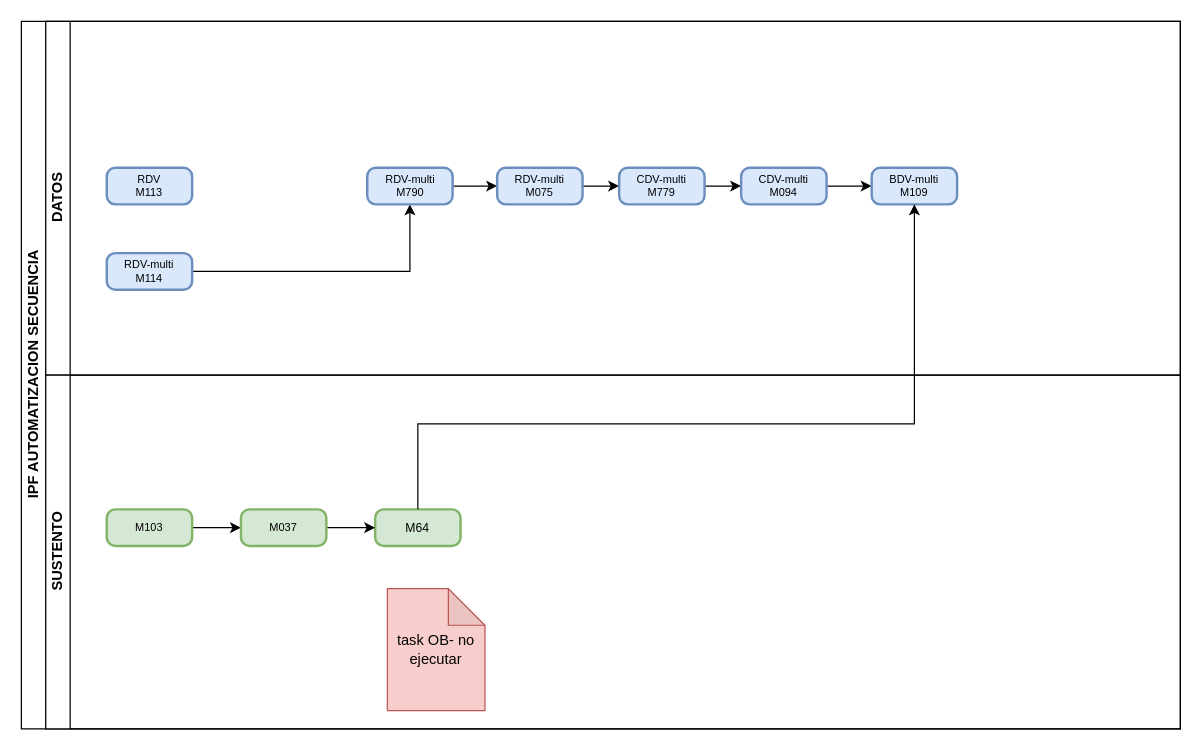
The draw.io diagram IPF-automatizacion-secuencia-ejecucion.drawio in carlsromec/procesos-diagramas, before the edit. Source tidied: cells renumbered, new cells numbered last; positions are measured from the earlier drawing's top-left corner, leaving out a move shared by most shapes. Both pictures are drawn from the tidied source at 122%, with x=0, y=0 at pixel (21, 21).
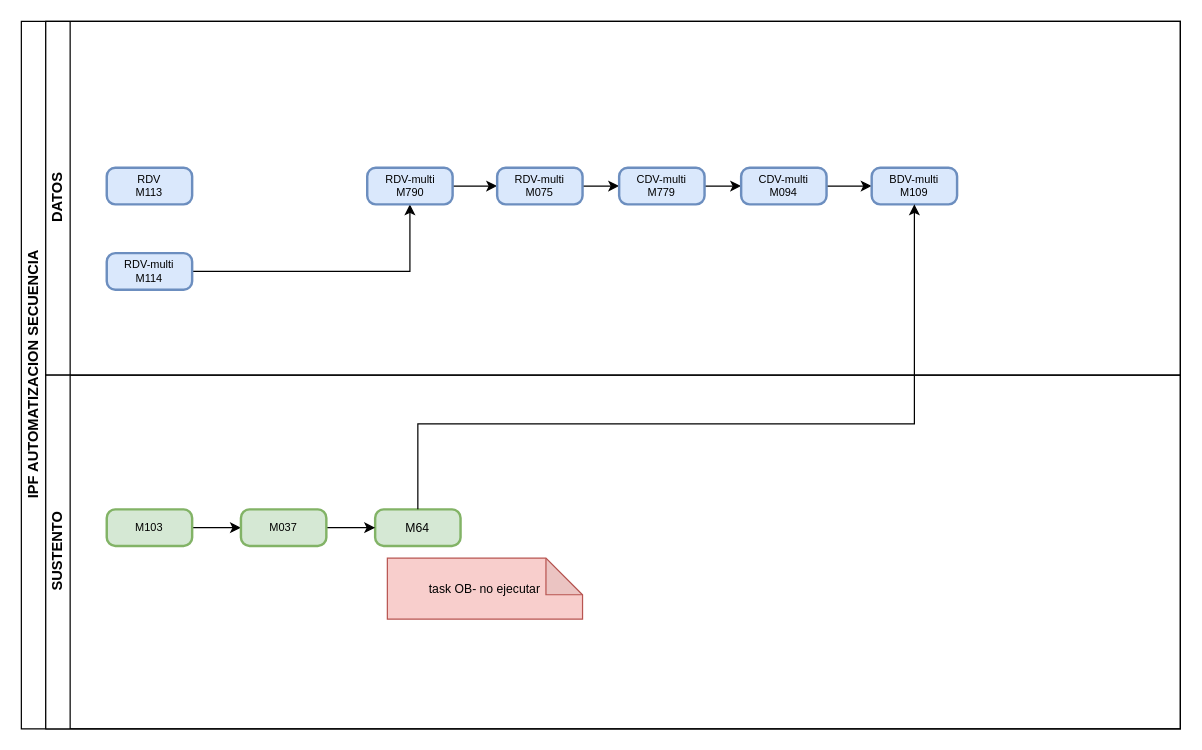
The same page after the edit.

Unchanged cells that the change refers to:
```xml
<mxCell id="16" value="SUSTENTO" style="swimlane;startSize=20;horizontal=0;html=1;" parent="2" vertex="1">
  <mxGeometry x="20" y="290" width="930" height="290" as="geometry" />
</mxCell>
```

Diff of the diagram source:
```diff
@@
-    <mxCell id="20" value="task OB- no ejecutar" style="shape=note;whiteSpace=wrap;html=1;backgroundOutline=1;darkOpacity=0.05;fillColor=#f8cecc;strokeColor=#b85450;" parent="16" vertex="1">
-      <mxGeometry x="280" y="175" width="80" height="100" as="geometry" />
+    <mxCell id="20" value="&lt;font style=&quot;font-size: 10px;&quot;&gt;task OB- no ejecutar&lt;/font&gt;" style="shape=note;whiteSpace=wrap;html=1;backgroundOutline=1;darkOpacity=0.05;fillColor=#f8cecc;strokeColor=#b85450;" parent="16" vertex="1">
+      <mxGeometry x="280" y="150" width="160" height="50" as="geometry" />
     </mxCell>
```
